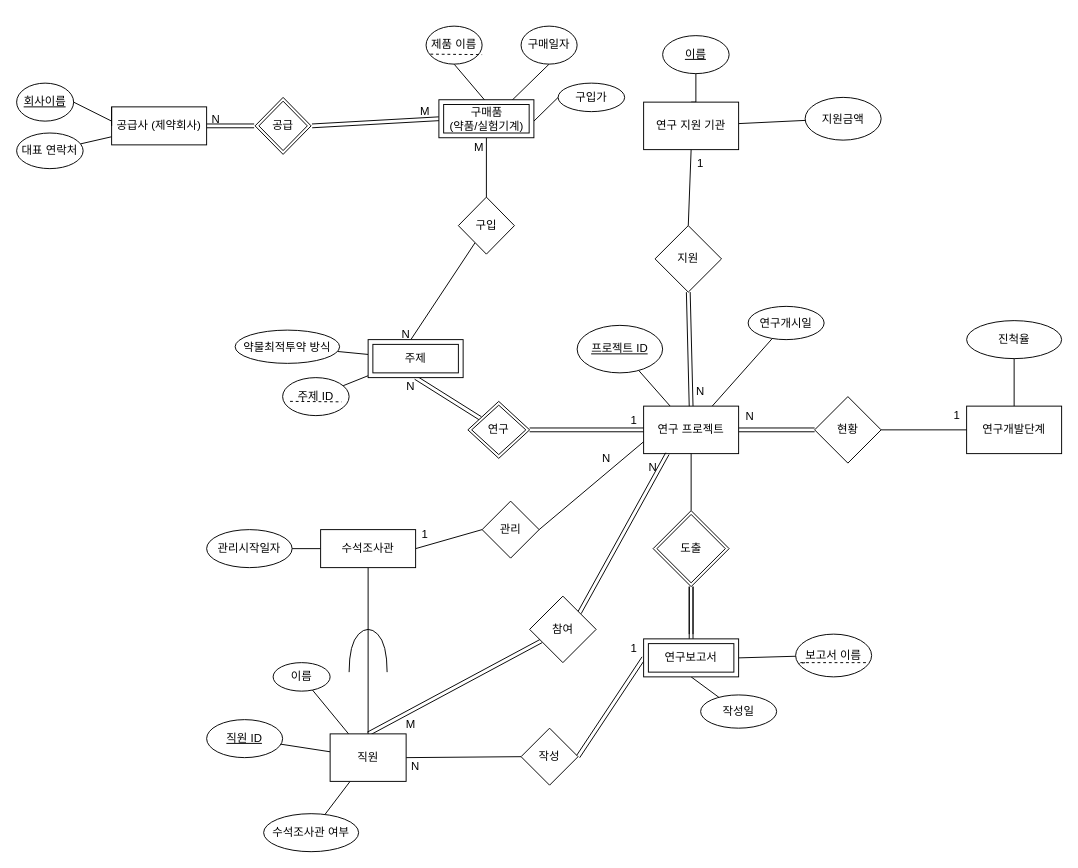
Earlier version of the draw.io diagram Project3.drawio (EarthlyZ9/database-proj3). Source tidied: cells renumbered, new cells numbered last; positions are measured from the earlier drawing's top-left corner, leaving out a move shared by most shapes. Both pictures are drawn from the tidied source at 95%, with x=0, y=0 at pixel (16, 26).
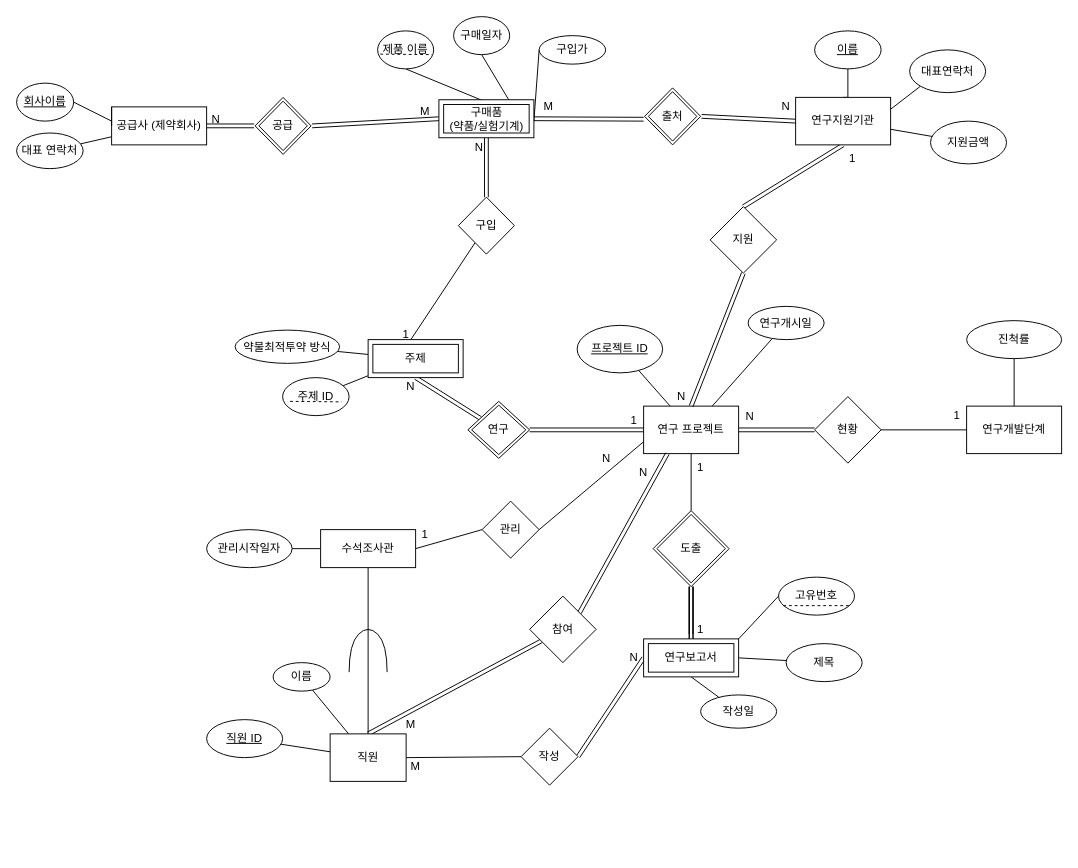
Above is the later version.

Commit message:
fix cardinality ratio

Unchanged cells that the change refers to:
```xml
<mxCell id="8" value="연구 프로젝트" style="rounded=0;whiteSpace=wrap;html=1;" parent="1" vertex="1">
  <mxGeometry x="660" y="400" width="100" height="50" as="geometry" />
</mxCell>
<mxCell id="20" value="도출" style="rhombus;whiteSpace=wrap;html=1;double=1;" parent="1" vertex="1">
  <mxGeometry x="670" y="510" width="80" height="80" as="geometry" />
</mxCell>
<mxCell id="27" value="직원" style="rounded=0;whiteSpace=wrap;html=1;" parent="1" vertex="1">
  <mxGeometry x="330" y="745" width="80" height="50" as="geometry" />
</mxCell>
<mxCell id="31" value="참여" style="rhombus;whiteSpace=wrap;html=1;" parent="1" vertex="1">
  <mxGeometry x="540" y="600" width="70" height="70" as="geometry" />
</mxCell>
<mxCell id="63" value="구입" style="rhombus;whiteSpace=wrap;html=1;" parent="1" vertex="1">
  <mxGeometry x="465" y="180" width="59" height="60" as="geometry" />
</mxCell>
<mxCell id="79" value="구매품&lt;br&gt;(약품/실험기계)" style="shape=ext;margin=3;double=1;whiteSpace=wrap;html=1;align=center;rounded=0;shadow=0;glass=0;comic=0;sketch=0;fillStyle=auto;strokeColor=default;fontFamily=Helvetica;fontSize=12;fontColor=default;fillColor=default;" parent="1" vertex="1">
  <mxGeometry x="444.5" y="77.5" width="100" height="40" as="geometry" />
</mxCell>
<mxCell id="82" value="연구보고서" style="shape=ext;margin=3;double=1;whiteSpace=wrap;html=1;align=center;rounded=0;shadow=0;glass=0;comic=0;sketch=0;fillStyle=auto;strokeColor=default;fontFamily=Helvetica;fontSize=12;fontColor=default;fillColor=default;" parent="1" vertex="1">
  <mxGeometry x="660" y="645" width="100" height="40" as="geometry" />
</mxCell>
```

Change to the diagram source:
```diff
@@
-    <mxCell id="2" value="보고서 이름" style="ellipse;whiteSpace=wrap;html=1;rounded=0;" parent="1" vertex="1">
-      <mxGeometry x="820" y="640" width="80" height="45" as="geometry" />
+    <mxCell id="2" value="제목" style="ellipse;whiteSpace=wrap;html=1;rounded=0;" parent="1" vertex="1">
+      <mxGeometry x="810" y="650" width="80" height="40" as="geometry" />
     </mxCell>
-    <mxCell id="3" style="rounded=0;jettySize=auto;html=1;exitX=0.5;exitY=0;exitDx=0;exitDy=0;entryX=0.5;entryY=1;entryDx=0;entryDy=0;endArrow=none;endFill=0;startArrow=none;" parent="1" edge="1" source="56" target="53">
+    <mxCell id="3" style="rounded=0;jettySize=auto;html=1;exitX=0.5;exitY=0;exitDx=0;exitDy=0;entryX=0.5;entryY=1;entryDx=0;entryDy=0;endArrow=none;endFill=0;startArrow=none;shape=link;" parent="1" edge="1" source="56" target="53">
       <mxGeometry relative="1" as="geometry" />
     </mxCell>
@@
-    <mxCell id="11" value="진척율" style="ellipse;whiteSpace=wrap;html=1;rounded=0;" parent="1" vertex="1">
+    <mxCell id="11" value="진척률" style="ellipse;whiteSpace=wrap;html=1;rounded=0;" parent="1" vertex="1">
       <mxGeometry x="1000" y="310" width="100" height="40" as="geometry" />
     </mxCell>
@@
+    <mxCell id="99" style="edgeStyle=none;shape=link;rounded=0;jettySize=auto;html=1;endArrow=none;endFill=0;" parent="1" edge="1" source="20">
+      <mxGeometry relative="1" as="geometry">
+        <mxPoint x="710" y="670" as="targetPoint" />
+      </mxGeometry>
+    </mxCell>
@@
-    <mxCell id="26" style="edgeStyle=none;rounded=0;jettySize=auto;html=1;endArrow=none;endFill=0;" parent="1" edge="1" source="27" target="49">
-      <mxGeometry relative="1" as="geometry" />
-    </mxCell>
@@
-    <mxCell id="30" style="edgeStyle=none;rounded=0;jettySize=auto;html=1;exitX=1;exitY=0;exitDx=0;exitDy=0;entryX=0.75;entryY=0;entryDx=0;entryDy=0;endArrow=none;endFill=0;shape=link;" parent="1" edge="1" source="31" target="33">
+    <mxCell id="30" style="edgeStyle=none;rounded=0;jettySize=auto;html=1;exitX=1;exitY=0;exitDx=0;exitDy=0;entryX=0.25;entryY=1;entryDx=0;entryDy=0;endArrow=none;endFill=0;shape=link;" parent="1" edge="1" source="31" target="8">
       <mxGeometry relative="1" as="geometry" />
     </mxCell>
@@
     <mxCell id="33" value="N" style="text;html=1;strokeColor=none;fillColor=none;align=center;verticalAlign=middle;whiteSpace=wrap;rounded=0;" parent="1" vertex="1">
-      <mxGeometry x="640" y="450" width="60" height="30" as="geometry" />
+      <mxGeometry x="630" y="455" width="60" height="30" as="geometry" />
     </mxCell>
@@
-    <mxCell id="41" value="N" style="text;html=1;strokeColor=none;fillColor=none;align=center;verticalAlign=middle;whiteSpace=wrap;rounded=0;" parent="1" vertex="1">
+    <mxCell id="41" value="M" style="text;html=1;strokeColor=none;fillColor=none;align=center;verticalAlign=middle;whiteSpace=wrap;rounded=0;" parent="1" vertex="1">
       <mxGeometry x="390" y="765" width="60" height="30" as="geometry" />
     </mxCell>
     <mxCell id="42" value="1" style="text;html=1;strokeColor=none;fillColor=none;align=center;verticalAlign=middle;whiteSpace=wrap;rounded=0;" parent="1" vertex="1">
-      <mxGeometry x="620" y="640" width="60" height="30" as="geometry" />
+      <mxGeometry x="690" y="620" width="60" height="30" as="geometry" />
     </mxCell>
@@
-    <mxCell id="49" value="수석조사관 여부" style="ellipse;whiteSpace=wrap;html=1;rounded=0;" parent="1" vertex="1">
-      <mxGeometry x="260" y="829" width="100" height="40" as="geometry" />
-    </mxCell>
@@
+    <mxCell id="100" style="rounded=0;jettySize=auto;html=1;exitX=1;exitY=0.25;exitDx=0;exitDy=0;entryX=0;entryY=1;entryDx=0;entryDy=0;endArrow=none;endFill=0;" parent="1" edge="1" source="53" target="102">
+      <mxGeometry relative="1" as="geometry" />
+    </mxCell>
-    <mxCell id="53" value="연구 지원 기관" style="rounded=0;whiteSpace=wrap;html=1;" parent="1" vertex="1">
-      <mxGeometry x="660" y="80" width="100" height="50" as="geometry" />
+    <mxCell id="53" value="연구지원기관" style="rounded=0;whiteSpace=wrap;html=1;" parent="1" vertex="1">
+      <mxGeometry x="820" y="75" width="100" height="50" as="geometry" />
     </mxCell>
@@
     <mxCell id="56" value="지원" style="rhombus;whiteSpace=wrap;html=1;" parent="1" vertex="1">
-      <mxGeometry x="672" y="210" width="70" height="70" as="geometry" />
+      <mxGeometry x="730" y="190" width="70" height="70" as="geometry" />
     </mxCell>
@@
     <mxCell id="58" value="1" style="text;html=1;strokeColor=none;fillColor=none;align=center;verticalAlign=middle;whiteSpace=wrap;rounded=0;" parent="1" vertex="1">
-      <mxGeometry x="690" y="130" width="60" height="30" as="geometry" />
+      <mxGeometry x="850" y="125" width="60" height="30" as="geometry" />
     </mxCell>
     <mxCell id="59" value="N" style="text;html=1;strokeColor=none;fillColor=none;align=center;verticalAlign=middle;whiteSpace=wrap;rounded=0;" parent="1" vertex="1">
-      <mxGeometry x="690" y="370" width="60" height="30" as="geometry" />
+      <mxGeometry x="670" y="375" width="60" height="30" as="geometry" />
     </mxCell>
     <mxCell id="60" value="&lt;u&gt;이름&lt;/u&gt;" style="ellipse;whiteSpace=wrap;html=1;rounded=0;" parent="1" vertex="1">
-      <mxGeometry x="680" y="10" width="70" height="40" as="geometry" />
+      <mxGeometry x="840" y="5" width="70" height="40" as="geometry" />
     </mxCell>
     <mxCell id="61" value="지원금액" style="ellipse;whiteSpace=wrap;html=1;rounded=0;" parent="1" vertex="1">
-      <mxGeometry x="830" y="75" width="80" height="45" as="geometry" />
+      <mxGeometry x="962" y="100" width="80" height="45" as="geometry" />
     </mxCell>
-    <mxCell id="62" style="rounded=0;jettySize=auto;html=1;exitX=0.5;exitY=0;exitDx=0;exitDy=0;endArrow=none;endFill=0;entryX=0.5;entryY=1;entryDx=0;entryDy=0;" parent="1" edge="1" source="63" target="79">
+    <mxCell id="62" style="rounded=0;jettySize=auto;html=1;exitX=0.5;exitY=0;exitDx=0;exitDy=0;endArrow=none;endFill=0;entryX=0.5;entryY=1;entryDx=0;entryDy=0;shape=link;" parent="1" edge="1" source="63" target="79">
       <mxGeometry relative="1" as="geometry" />
     </mxCell>
@@
     <mxCell id="75" value="구매일자" style="ellipse;whiteSpace=wrap;html=1;" parent="1" vertex="1">
-      <mxGeometry x="531" width="59" height="40" as="geometry" />
+      <mxGeometry x="460" y="-10" width="59" height="40" as="geometry" />
     </mxCell>
@@
     <mxCell id="77" value="제품 이름" style="ellipse;whiteSpace=wrap;html=1;" parent="1" vertex="1">
-      <mxGeometry x="431" width="59" height="40" as="geometry" />
+      <mxGeometry x="380" y="5" width="59" height="40" as="geometry" />
     </mxCell>
     <mxCell id="78" value="구입가" style="ellipse;whiteSpace=wrap;html=1;rounded=0;" parent="1" vertex="1">
-      <mxGeometry x="570" y="60" width="70" height="30" as="geometry" />
+      <mxGeometry x="550" y="10" width="70" height="30" as="geometry" />
     </mxCell>
@@
+    <mxCell id="101" style="edgeStyle=none;rounded=0;jettySize=auto;html=1;exitX=1;exitY=0;exitDx=0;exitDy=0;entryX=0;entryY=0.5;entryDx=0;entryDy=0;endArrow=none;endFill=0;" parent="1" edge="1" source="82" target="103">
+      <mxGeometry relative="1" as="geometry" />
+    </mxCell>
@@
-    <mxCell id="83" style="endArrow=none;html=1;rounded=0;fontFamily=Helvetica;fontSize=12;fontColor=default;dashed=1;" parent="1" edge="1" target="2">
-      <mxGeometry relative="1" as="geometry">
-        <mxPoint x="830" y="670" as="sourcePoint" />
-      </mxGeometry>
-    </mxCell>
-    <mxCell id="84" style="endArrow=none;html=1;rounded=0;dashed=1;fontFamily=Helvetica;fontSize=12;fontColor=default;" parent="1" edge="1">
-      <mxGeometry relative="1" as="geometry">
-        <mxPoint x="825" y="670" as="sourcePoint" />
-        <mxPoint x="895" y="670" as="targetPoint" />
-      </mxGeometry>
-    </mxCell>
     <mxCell id="85" style="endArrow=none;html=1;rounded=0;dashed=1;fontFamily=Helvetica;fontSize=12;fontColor=default;" parent="1" edge="1">
       <mxGeometry relative="1" as="geometry">
-        <mxPoint x="435.5" y="29.5" as="sourcePoint" />
-        <mxPoint x="490" y="30" as="targetPoint" />
+        <mxPoint x="382.8" y="29.5" as="sourcePoint" />
+        <mxPoint x="437.2" y="30" as="targetPoint" />
       </mxGeometry>
     </mxCell>
@@
-    <mxCell id="87" value="N" style="text;html=1;strokeColor=none;fillColor=none;align=center;verticalAlign=middle;whiteSpace=wrap;rounded=0;" parent="1" vertex="1">
+    <mxCell id="87" value="1" style="text;html=1;strokeColor=none;fillColor=none;align=center;verticalAlign=middle;whiteSpace=wrap;rounded=0;" parent="1" vertex="1">
       <mxGeometry x="380" y="310" width="60" height="30" as="geometry" />
     </mxCell>
-    <mxCell id="88" value="M" style="text;html=1;strokeColor=none;fillColor=none;align=center;verticalAlign=middle;whiteSpace=wrap;rounded=0;" parent="1" vertex="1">
+    <mxCell id="88" value="N" style="text;html=1;strokeColor=none;fillColor=none;align=center;verticalAlign=middle;whiteSpace=wrap;rounded=0;" parent="1" vertex="1">
       <mxGeometry x="457" y="112.5" width="60" height="30" as="geometry" />
     </mxCell>
@@
+    <mxCell id="102" value="대표연락처" style="ellipse;whiteSpace=wrap;html=1;" parent="1" vertex="1">
+      <mxGeometry x="940" y="25" width="80" height="45" as="geometry" />
+    </mxCell>
+    <mxCell id="103" value="고유번호" style="ellipse;whiteSpace=wrap;html=1;" parent="1" vertex="1">
+      <mxGeometry x="802" y="580" width="80" height="40" as="geometry" />
+    </mxCell>
+    <mxCell id="84" style="endArrow=none;html=1;rounded=0;dashed=1;fontFamily=Helvetica;fontSize=12;fontColor=default;" parent="1" edge="1">
+      <mxGeometry relative="1" as="geometry">
+        <mxPoint x="807" y="610" as="sourcePoint" />
+        <mxPoint x="877" y="610" as="targetPoint" />
+      </mxGeometry>
+    </mxCell>
+    <mxCell id="104" value="출처" style="rhombus;whiteSpace=wrap;html=1;perimeterSpacing=1;double=1;" parent="1" vertex="1">
+      <mxGeometry x="661" y="65" width="59" height="60" as="geometry" />
+    </mxCell>
+    <mxCell id="105" value="N" style="text;html=1;strokeColor=none;fillColor=none;align=center;verticalAlign=middle;whiteSpace=wrap;rounded=0;" parent="1" vertex="1">
+      <mxGeometry x="780" y="70" width="60" height="30" as="geometry" />
+    </mxCell>
+    <mxCell id="106" style="edgeStyle=none;rounded=0;jettySize=auto;html=1;exitX=1;exitY=0.5;exitDx=0;exitDy=0;endArrow=none;endFill=0;entryX=0;entryY=0.5;entryDx=0;entryDy=0;shape=link;" parent="1" edge="1" source="104" target="53">
+      <mxGeometry relative="1" as="geometry" />
+    </mxCell>
+    <mxCell id="107" style="edgeStyle=none;shape=link;rounded=0;jettySize=auto;html=1;entryX=1;entryY=0.5;entryDx=0;entryDy=0;endArrow=none;endFill=0;" parent="1" edge="1" target="79">
+      <mxGeometry relative="1" as="geometry">
+        <mxPoint x="660" y="98" as="sourcePoint" />
+      </mxGeometry>
+    </mxCell>
+    <mxCell id="108" value="M" style="text;html=1;strokeColor=none;fillColor=none;align=center;verticalAlign=middle;whiteSpace=wrap;rounded=0;" parent="1" vertex="1">
+      <mxGeometry x="530" y="70" width="60" height="30" as="geometry" />
+    </mxCell>
+    <mxCell id="109" value="1" style="text;html=1;strokeColor=none;fillColor=none;align=center;verticalAlign=middle;whiteSpace=wrap;rounded=0;" parent="1" vertex="1">
+      <mxGeometry x="690" y="450" width="60" height="30" as="geometry" />
+    </mxCell>
+    <mxCell id="110" value="N" style="text;html=1;strokeColor=none;fillColor=none;align=center;verticalAlign=middle;whiteSpace=wrap;rounded=0;" parent="1" vertex="1">
+      <mxGeometry x="620" y="650" width="60" height="30" as="geometry" />
+    </mxCell>
```
